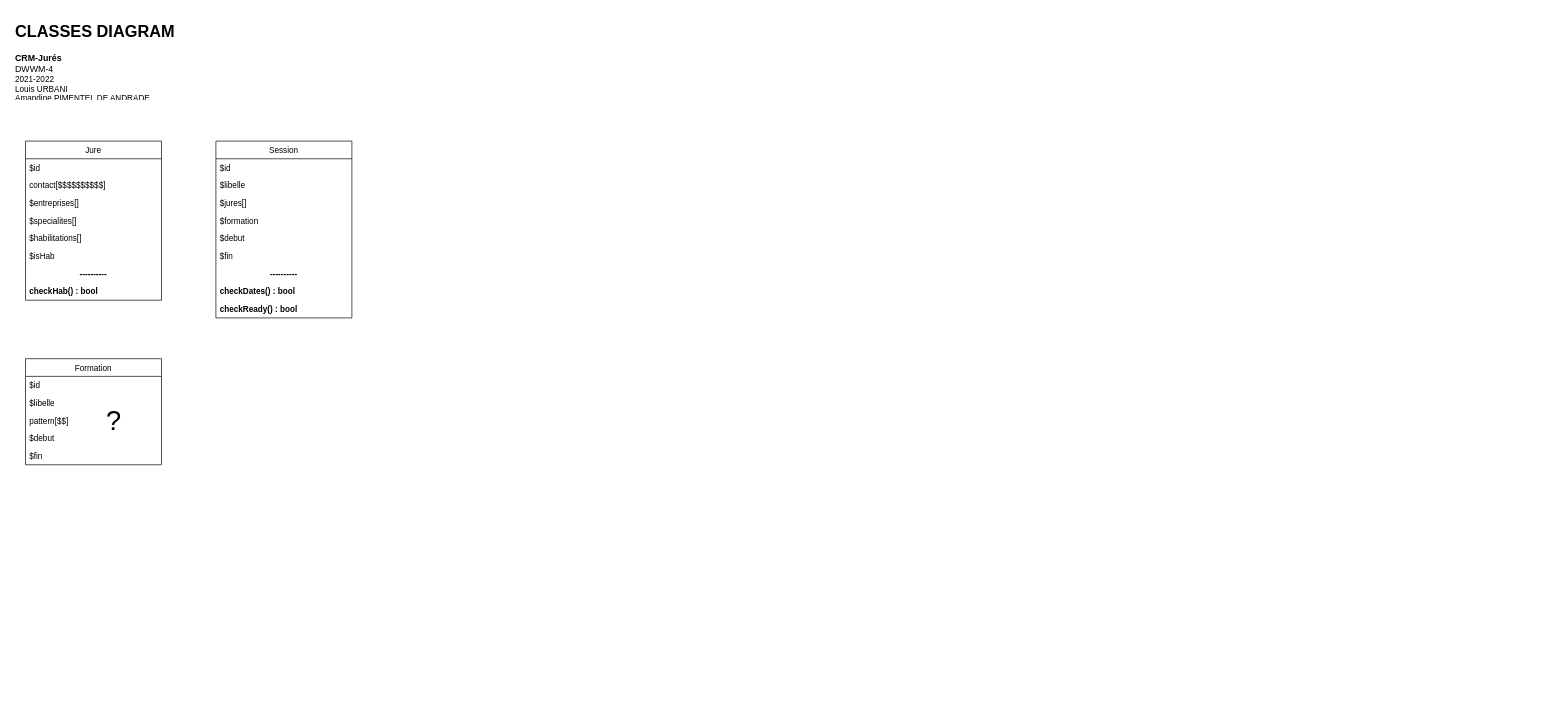
This is Documentation/UML/5 classes diagram.drawio from U-Louis/CRM-Jures, a draw.io file, before an edit. Source tidied: cells renumbered, new cells numbered last; positions are measured from the earlier drawing's top-left corner, leaving out a move shared by most shapes. Both pictures are drawn from the tidied source at 68%, with x=0, y=0 at pixel (12, 18).
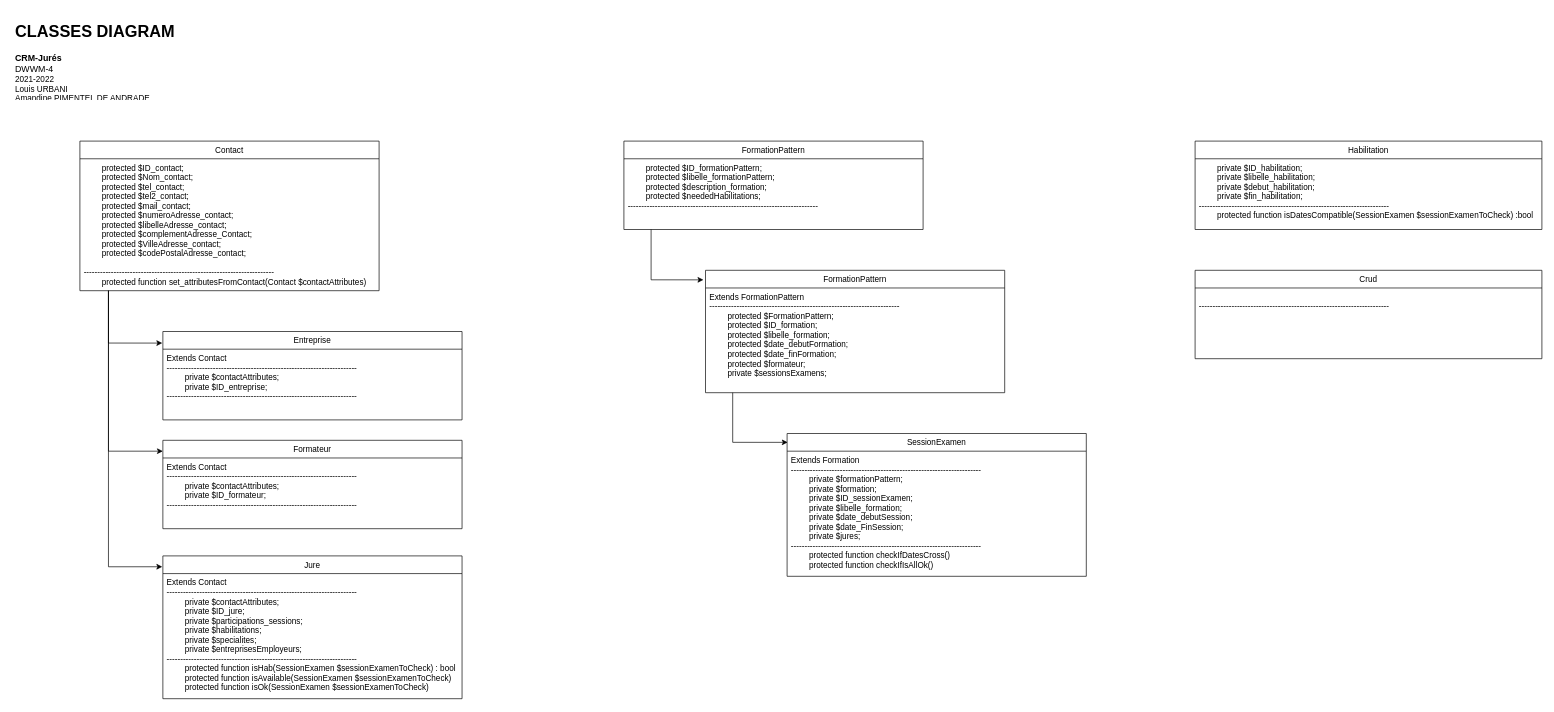
After the change.

Commit message:
maj class diagram

What changed in the source:
```diff
@@
+    <mxCell id="29" style="edgeStyle=orthogonalEdgeStyle;rounded=0;jettySize=auto;html=1;entryX=-0.002;entryY=0.131;entryDx=0;entryDy=0;entryPerimeter=0;" parent="1" edge="1" source="32" target="34">
+      <mxGeometry relative="1" as="geometry">
+        <Array as="points">
+          <mxPoint x="142" y="477" />
+        </Array>
+      </mxGeometry>
+    </mxCell>
+    <mxCell id="30" style="edgeStyle=orthogonalEdgeStyle;rounded=0;jettySize=auto;html=1;entryX=0;entryY=0.123;entryDx=0;entryDy=0;entryPerimeter=0;" parent="1" edge="1" source="32" target="36">
+      <mxGeometry relative="1" as="geometry">
+        <Array as="points">
+          <mxPoint x="142" y="636" />
+        </Array>
+      </mxGeometry>
+    </mxCell>
+    <mxCell id="31" style="edgeStyle=orthogonalEdgeStyle;rounded=0;jettySize=auto;html=1;entryX=-0.002;entryY=0.076;entryDx=0;entryDy=0;entryPerimeter=0;" parent="1" edge="1" source="32" target="3">
+      <mxGeometry relative="1" as="geometry">
+        <Array as="points">
+          <mxPoint x="142" y="806" />
+        </Array>
+      </mxGeometry>
+    </mxCell>
+    <mxCell id="32" value="Contact" style="swimlane;fontStyle=0;horizontal=1;startSize=26;" parent="1" vertex="1">
+      <mxGeometry x="100" y="180" width="440" height="220" as="geometry" />
+    </mxCell>
+    <mxCell id="33" value="        protected $ID_contact;&#10;        protected $Nom_contact;&#10;        protected $tel_contact;&#10;        protected $tel2_contact;&#10;        protected $mail_contact;&#10;        protected $numeroAdresse_contact;&#10;        protected $libelleAdresse_contact;&#10;        protected $complementAdresse_Contact;&#10;        protected $VilleAdresse_contact;&#10;        protected $codePostalAdresse_contact;&#10;&#10;----------------------------------------------------------------------&#10;        protected function set_attributesFromContact(Contact $contactAttributes)&#10;" style="text;strokeColor=none;fillColor=none;align=left;verticalAlign=top;spacingLeft=4;spacingRight=4;overflow=hidden;" parent="32" vertex="1">
+      <mxGeometry y="26" width="440" height="194" as="geometry" />
+    </mxCell>
+    <mxCell id="34" value="Entreprise" style="swimlane;fontStyle=0;horizontal=1;startSize=26;" parent="1" vertex="1">
+      <mxGeometry x="222" y="460" width="440" height="130" as="geometry" />
+    </mxCell>
+    <mxCell id="35" value="Extends Contact&#10;----------------------------------------------------------------------&#10;        private $contactAttributes;&#10;        private $ID_entreprise;&#10;----------------------------------------------------------------------&#10;" style="text;strokeColor=none;fillColor=none;align=left;verticalAlign=top;spacingLeft=4;spacingRight=4;overflow=hidden;" parent="34" vertex="1">
+      <mxGeometry y="26" width="440" height="104" as="geometry" />
+    </mxCell>
+    <mxCell id="36" value="Formateur" style="swimlane;fontStyle=0;horizontal=1;startSize=26;" parent="1" vertex="1">
+      <mxGeometry x="222" y="620" width="440" height="130" as="geometry" />
+    </mxCell>
+    <mxCell id="37" value="Extends Contact&#10;----------------------------------------------------------------------&#10;        private $contactAttributes;&#10;        private $ID_formateur;&#10;----------------------------------------------------------------------&#10;" style="text;strokeColor=none;fillColor=none;align=left;verticalAlign=top;spacingLeft=4;spacingRight=4;overflow=hidden;" parent="36" vertex="1">
+      <mxGeometry y="26" width="440" height="104" as="geometry" />
+    </mxCell>
     <mxCell id="3" value="Jure" style="swimlane;fontStyle=0;horizontal=1;startSize=26;" parent="1" vertex="1">
-      <mxGeometry x="20" y="180" width="200" height="234" as="geometry" />
+      <mxGeometry x="222" y="790" width="440" height="210" as="geometry" />
     </mxCell>
-    <mxCell id="4" value="$id" style="text;strokeColor=none;fillColor=none;align=left;verticalAlign=top;spacingLeft=4;spacingRight=4;overflow=hidden;" parent="3" vertex="1">
-      <mxGeometry y="26" width="200" height="26" as="geometry" />
-    </mxCell>
-    <mxCell id="5" value="contact[$$$$$$$$$$]" style="text;strokeColor=none;fillColor=none;align=left;verticalAlign=top;spacingLeft=4;spacingRight=4;overflow=hidden;" parent="3" vertex="1">
-      <mxGeometry y="52" width="200" height="26" as="geometry" />
-    </mxCell>
-    <mxCell id="6" value="$entreprises[]" style="text;strokeColor=none;fillColor=none;align=left;verticalAlign=top;spacingLeft=4;spacingRight=4;overflow=hidden;" parent="3" vertex="1">
-      <mxGeometry y="78" width="200" height="26" as="geometry" />
-    </mxCell>
-    <mxCell id="7" value="$specialites[]" style="text;strokeColor=none;fillColor=none;align=left;verticalAlign=top;spacingLeft=4;spacingRight=4;overflow=hidden;" parent="3" vertex="1">
-      <mxGeometry y="104" width="200" height="26" as="geometry" />
-    </mxCell>
-    <mxCell id="8" value="$habilitations[]" style="text;strokeColor=none;fillColor=none;align=left;verticalAlign=top;spacingLeft=4;spacingRight=4;overflow=hidden;" parent="3" vertex="1">
-      <mxGeometry y="130" width="200" height="26" as="geometry" />
-    </mxCell>
-    <mxCell id="9" value="$isHab" style="text;strokeColor=none;fillColor=none;align=left;verticalAlign=top;spacingLeft=4;spacingRight=4;overflow=hidden;" parent="3" vertex="1">
-      <mxGeometry y="156" width="200" height="26" as="geometry" />
-    </mxCell>
-    <mxCell id="10" value="----------" style="text;strokeColor=none;fillColor=none;align=center;verticalAlign=top;spacingLeft=4;spacingRight=4;overflow=hidden;fontStyle=1;" parent="3" vertex="1">
-      <mxGeometry y="182" width="200" height="26" as="geometry" />
-    </mxCell>
-    <mxCell id="11" value="checkHab() : bool" style="text;strokeColor=none;fillColor=none;align=left;verticalAlign=top;spacingLeft=4;spacingRight=4;overflow=hidden;fontStyle=1;" parent="3" vertex="1">
-      <mxGeometry y="208" width="200" height="26" as="geometry" />
-    </mxCell>
-    <mxCell id="12" value="Session" style="swimlane;fontStyle=0;horizontal=1;startSize=26;" parent="1" vertex="1">
-      <mxGeometry x="300" y="180" width="200" height="260" as="geometry" />
-    </mxCell>
-    <mxCell id="13" value="$id" style="text;strokeColor=none;fillColor=none;align=left;verticalAlign=top;spacingLeft=4;spacingRight=4;overflow=hidden;" parent="12" vertex="1">
-      <mxGeometry y="26" width="200" height="26" as="geometry" />
-    </mxCell>
-    <mxCell id="14" value="$libelle" style="text;strokeColor=none;fillColor=none;align=left;verticalAlign=top;spacingLeft=4;spacingRight=4;overflow=hidden;" parent="12" vertex="1">
-      <mxGeometry y="52" width="200" height="26" as="geometry" />
-    </mxCell>
-    <mxCell id="15" value="$jures[]" style="text;strokeColor=none;fillColor=none;align=left;verticalAlign=top;spacingLeft=4;spacingRight=4;overflow=hidden;" parent="12" vertex="1">
-      <mxGeometry y="78" width="200" height="26" as="geometry" />
-    </mxCell>
-    <mxCell id="16" value="$formation" style="text;strokeColor=none;fillColor=none;align=left;verticalAlign=top;spacingLeft=4;spacingRight=4;overflow=hidden;" parent="12" vertex="1">
-      <mxGeometry y="104" width="200" height="26" as="geometry" />
-    </mxCell>
-    <mxCell id="17" value="$debut" style="text;strokeColor=none;fillColor=none;align=left;verticalAlign=top;spacingLeft=4;spacingRight=4;overflow=hidden;" parent="12" vertex="1">
-      <mxGeometry y="130" width="200" height="26" as="geometry" />
-    </mxCell>
-    <mxCell id="18" value="$fin" style="text;strokeColor=none;fillColor=none;align=left;verticalAlign=top;spacingLeft=4;spacingRight=4;overflow=hidden;" parent="12" vertex="1">
-      <mxGeometry y="156" width="200" height="26" as="geometry" />
-    </mxCell>
-    <mxCell id="19" value="----------" style="text;strokeColor=none;fillColor=none;align=center;verticalAlign=top;spacingLeft=4;spacingRight=4;overflow=hidden;fontStyle=1;" parent="12" vertex="1">
-      <mxGeometry y="182" width="200" height="26" as="geometry" />
-    </mxCell>
-    <mxCell id="20" value="checkDates() : bool" style="text;strokeColor=none;fillColor=none;align=left;verticalAlign=top;spacingLeft=4;spacingRight=4;overflow=hidden;fontStyle=1;" parent="12" vertex="1">
-      <mxGeometry y="208" width="200" height="26" as="geometry" />
-    </mxCell>
-    <mxCell id="21" value="checkReady() : bool" style="text;strokeColor=none;fillColor=none;align=left;verticalAlign=top;spacingLeft=4;spacingRight=4;overflow=hidden;fontStyle=1;" parent="12" vertex="1">
-      <mxGeometry y="234" width="200" height="26" as="geometry" />
-    </mxCell>
-    <mxCell id="22" value="Formation" style="swimlane;fontStyle=0;horizontal=1;startSize=26;" parent="1" vertex="1">
-      <mxGeometry x="20" y="500" width="200" height="156" as="geometry" />
-    </mxCell>
-    <mxCell id="23" value="$id" style="text;strokeColor=none;fillColor=none;align=left;verticalAlign=top;spacingLeft=4;spacingRight=4;overflow=hidden;" parent="22" vertex="1">
-      <mxGeometry y="26" width="200" height="26" as="geometry" />
-    </mxCell>
-    <mxCell id="24" value="$libelle" style="text;strokeColor=none;fillColor=none;align=left;verticalAlign=top;spacingLeft=4;spacingRight=4;overflow=hidden;" parent="22" vertex="1">
-      <mxGeometry y="52" width="200" height="26" as="geometry" />
-    </mxCell>
-    <mxCell id="25" value="pattern[$$]" style="text;strokeColor=none;fillColor=none;align=left;verticalAlign=top;spacingLeft=4;spacingRight=4;overflow=hidden;" parent="22" vertex="1">
-      <mxGeometry y="78" width="200" height="26" as="geometry" />
-    </mxCell>
-    <mxCell id="26" value="$debut" style="text;strokeColor=none;fillColor=none;align=left;verticalAlign=top;spacingLeft=4;spacingRight=4;overflow=hidden;" parent="22" vertex="1">
-      <mxGeometry y="104" width="200" height="26" as="geometry" />
-    </mxCell>
-    <mxCell id="27" value="$fin" style="text;strokeColor=none;fillColor=none;align=left;verticalAlign=top;spacingLeft=4;spacingRight=4;overflow=hidden;" parent="22" vertex="1">
-      <mxGeometry y="130" width="200" height="26" as="geometry" />
-    </mxCell>
-    <mxCell id="28" value="&lt;font style=&quot;font-size: 40px&quot;&gt;?&lt;/font&gt;" style="text;html=1;strokeColor=none;fillColor=none;align=center;verticalAlign=middle;whiteSpace=wrap;rounded=0;" parent="1" vertex="1">
-      <mxGeometry x="130" y="580" width="40" height="20" as="geometry" />
-    </mxCell>
+    <mxCell id="38" value="Extends Contact&#10;----------------------------------------------------------------------&#10;        private $contactAttributes;&#10;        private $ID_jure;&#10;        private $participations_sessions;&#10;        private $habilitations;&#10;        private $specialites;&#10;        private $entreprisesEmployeurs;&#10;----------------------------------------------------------------------&#10;        protected function isHab(SessionExamen $sessionExamenToCheck) : bool&#10;        protected function isAvailable(SessionExamen $sessionExamenToCheck)&#10;        protected function isOk(SessionExamen $sessionExamenToCheck)&#10;&#10;&#10;" style="text;strokeColor=none;fillColor=none;align=left;verticalAlign=top;spacingLeft=4;spacingRight=4;overflow=hidden;" parent="3" vertex="1">
+      <mxGeometry y="26" width="440" height="184" as="geometry" />
+    </mxCell>
+    <mxCell id="39" value="FormationPattern" style="swimlane;fontStyle=0;horizontal=1;startSize=26;" parent="1" vertex="1">
+      <mxGeometry x="900" y="180" width="440" height="130" as="geometry" />
+    </mxCell>
+    <mxCell id="40" value="        protected $ID_formationPattern;&#10;        protected $libelle_formationPattern;&#10;        protected $description_formation;&#10;        protected $neededHabilitations;&#10;----------------------------------------------------------------------&#10;" style="text;strokeColor=none;fillColor=none;align=left;verticalAlign=top;spacingLeft=4;spacingRight=4;overflow=hidden;points=[[0,0.5],[1,0.5]];portConstraint=eastwest;" parent="39" vertex="1">
+      <mxGeometry y="26" width="440" height="104" as="geometry" />
+    </mxCell>
+    <mxCell id="41" value="FormationPattern" style="swimlane;fontStyle=0;horizontal=1;startSize=26;" parent="1" vertex="1">
+      <mxGeometry x="1020" y="370" width="440" height="180" as="geometry" />
+    </mxCell>
+    <mxCell id="42" value="Extends FormationPattern&#10;----------------------------------------------------------------------&#10;        protected $FormationPattern;&#10;        protected $ID_formation;&#10;        protected $libelle_formation;&#10;        protected $date_debutFormation;&#10;        protected $date_finFormation;&#10;        protected $formateur;&#10;        private $sessionsExamens;" style="text;strokeColor=none;fillColor=none;align=left;verticalAlign=top;spacingLeft=4;spacingRight=4;overflow=hidden;points=[[0,0.5],[1,0.5]];portConstraint=eastwest;" parent="41" vertex="1">
+      <mxGeometry y="26" width="440" height="154" as="geometry" />
+    </mxCell>
+    <mxCell id="43" value="SessionExamen" style="swimlane;fontStyle=0;horizontal=1;startSize=26;" parent="1" vertex="1">
+      <mxGeometry x="1140" y="610" width="440" height="210" as="geometry" />
+    </mxCell>
+    <mxCell id="44" value="Extends Formation&#10;----------------------------------------------------------------------&#10;        private $formationPattern;&#10;        private $formation;&#10;        private $ID_sessionExamen;&#10;        private $libelle_formation;&#10;        private $date_debutSession;&#10;        private $date_FinSession;&#10;        private $jures;&#10;----------------------------------------------------------------------&#10;        protected function checkIfDatesCross()&#10;        protected function checkIfIsAllOk()" style="text;strokeColor=none;fillColor=none;align=left;verticalAlign=top;spacingLeft=4;spacingRight=4;overflow=hidden;" parent="43" vertex="1">
+      <mxGeometry y="26" width="440" height="184" as="geometry" />
+    </mxCell>
+    <mxCell id="45" style="edgeStyle=orthogonalEdgeStyle;rounded=0;jettySize=auto;html=1;entryX=-0.007;entryY=0.078;entryDx=0;entryDy=0;entryPerimeter=0;" parent="1" edge="1" source="40" target="41">
+      <mxGeometry relative="1" as="geometry">
+        <Array as="points">
+          <mxPoint x="940" y="384" />
+        </Array>
+      </mxGeometry>
+    </mxCell>
+    <mxCell id="46" style="edgeStyle=orthogonalEdgeStyle;rounded=0;jettySize=auto;html=1;entryX=0.002;entryY=0.062;entryDx=0;entryDy=0;entryPerimeter=0;" parent="1" edge="1" source="42" target="43">
+      <mxGeometry relative="1" as="geometry">
+        <Array as="points">
+          <mxPoint x="1060" y="623" />
+        </Array>
+      </mxGeometry>
+    </mxCell>
+    <mxCell id="47" value="Habilitation" style="swimlane;fontStyle=0;horizontal=1;startSize=26;" parent="1" vertex="1">
+      <mxGeometry x="1740" y="180" width="510" height="130" as="geometry" />
+    </mxCell>
+    <mxCell id="48" value="        private $ID_habilitation;&#10;        private $libelle_habilitation;&#10;        private $debut_habilitation;&#10;        private $fin_habilitation;&#10;----------------------------------------------------------------------&#10;        protected function isDatesCompatible(SessionExamen $sessionExamenToCheck) :bool&#10;" style="text;strokeColor=none;fillColor=none;align=left;verticalAlign=top;spacingLeft=4;spacingRight=4;overflow=hidden;" parent="47" vertex="1">
+      <mxGeometry y="26" width="510" height="104" as="geometry" />
+    </mxCell>
+    <mxCell id="49" value="Crud" style="swimlane;fontStyle=0;horizontal=1;startSize=26;" parent="1" vertex="1">
+      <mxGeometry x="1740" y="370" width="510" height="130" as="geometry" />
+    </mxCell>
+    <mxCell id="50" value="&#10;----------------------------------------------------------------------&#10;" style="text;strokeColor=none;fillColor=none;align=left;verticalAlign=top;spacingLeft=4;spacingRight=4;overflow=hidden;" parent="49" vertex="1">
+      <mxGeometry y="26" width="510" height="104" as="geometry" />
+    </mxCell>
```
